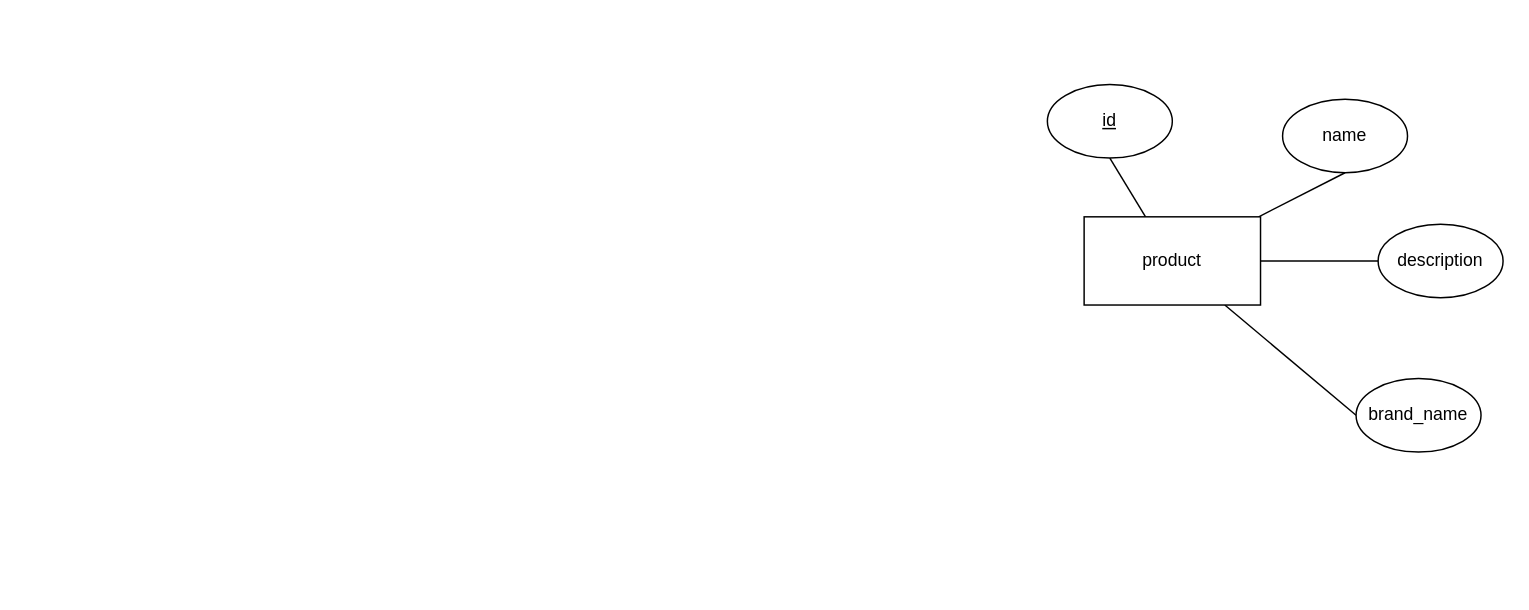
The draw.io diagram docs/er.drawio in semwett0301/db_homework, before the edit. Source tidied: cells renumbered, new cells numbered last; positions are measured from the earlier drawing's top-left corner, leaving out a move shared by most shapes. Both pictures are drawn from the tidied source at 147%, with x=0, y=0 at pixel (1047, 84).
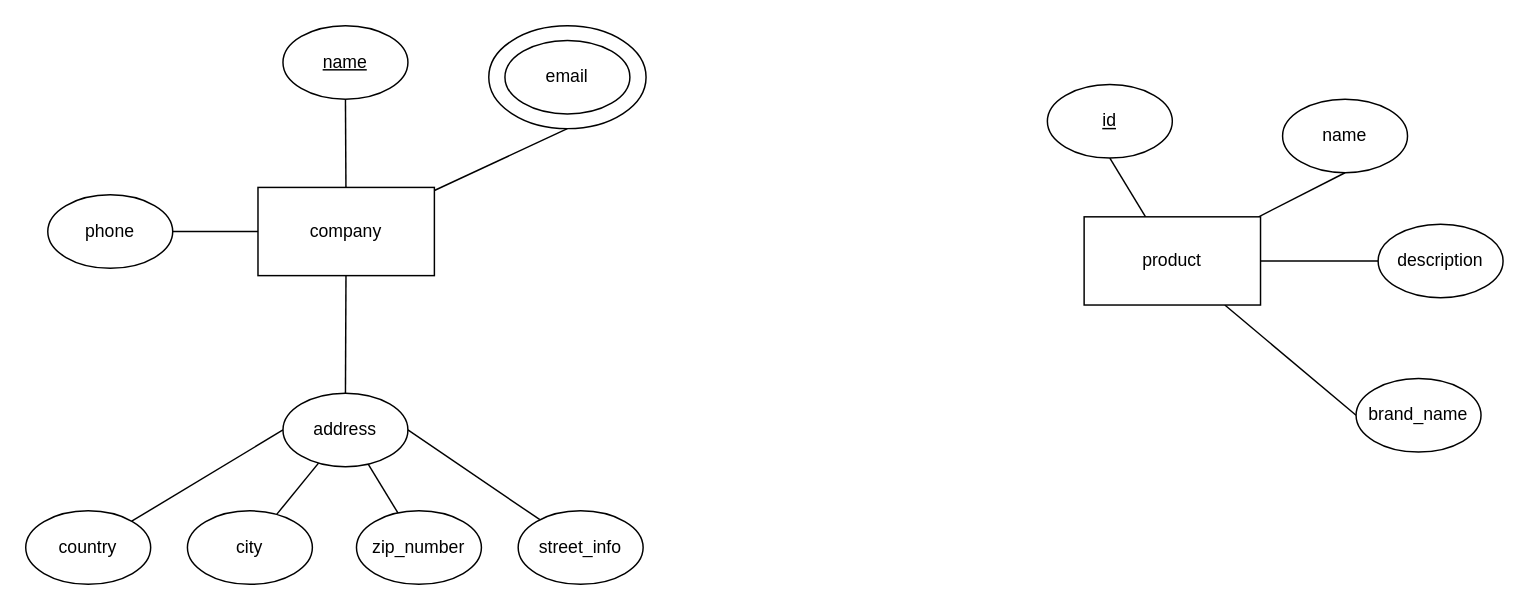
The same page after the edit.

Change to the diagram source:
```diff
@@
+    <mxCell id="11" style="rounded=0;jettySize=auto;html=1;endArrow=none;endFill=0;" parent="1" edge="1" source="15" target="16">
+      <mxGeometry relative="1" as="geometry" />
+    </mxCell>
+    <mxCell id="12" style="rounded=0;jettySize=auto;html=1;endArrow=none;endFill=0;" parent="1" edge="1" source="15" target="17">
+      <mxGeometry relative="1" as="geometry" />
+    </mxCell>
+    <mxCell id="13" style="rounded=0;jettySize=auto;html=1;entryX=1;entryY=0.5;entryDx=0;entryDy=0;endArrow=none;endFill=0;" parent="1" edge="1" source="15" target="26">
+      <mxGeometry relative="1" as="geometry" />
+    </mxCell>
+    <mxCell id="14" style="rounded=0;jettySize=auto;html=1;entryX=0.5;entryY=1;entryDx=0;entryDy=0;endArrow=none;endFill=0;" parent="1" edge="1" source="15" target="28">
+      <mxGeometry relative="1" as="geometry" />
+    </mxCell>
+    <mxCell id="15" value="company" style="rounded=0;whiteSpace=wrap;html=1;" parent="1" vertex="1">
+      <mxGeometry x="-537" y="70" width="120" height="60" as="geometry" />
+    </mxCell>
+    <mxCell id="16" value="name" style="ellipse;whiteSpace=wrap;html=1;fontStyle=4;" parent="1" vertex="1">
+      <mxGeometry x="-520" y="-40" width="85" height="50" as="geometry" />
+    </mxCell>
+    <mxCell id="17" value="address" style="ellipse;whiteSpace=wrap;html=1;" parent="1" vertex="1">
+      <mxGeometry x="-520" y="210" width="85" height="50" as="geometry" />
+    </mxCell>
+    <mxCell id="18" style="rounded=0;jettySize=auto;html=1;endArrow=none;endFill=0;" parent="1" edge="1" source="19" target="17">
+      <mxGeometry relative="1" as="geometry" />
+    </mxCell>
+    <mxCell id="19" value="city" style="ellipse;whiteSpace=wrap;html=1;" parent="1" vertex="1">
+      <mxGeometry x="-585" y="290" width="85" height="50" as="geometry" />
+    </mxCell>
+    <mxCell id="20" style="rounded=0;jettySize=auto;html=1;entryX=0.682;entryY=0.964;entryDx=0;entryDy=0;entryPerimeter=0;endArrow=none;endFill=0;" parent="1" edge="1" source="21" target="17">
+      <mxGeometry relative="1" as="geometry" />
+    </mxCell>
+    <mxCell id="21" value="zip_number" style="ellipse;whiteSpace=wrap;html=1;" parent="1" vertex="1">
+      <mxGeometry x="-470" y="290" width="85" height="50" as="geometry" />
+    </mxCell>
+    <mxCell id="22" style="rounded=0;jettySize=auto;html=1;endArrow=none;endFill=0;entryX=1;entryY=0.5;entryDx=0;entryDy=0;" parent="1" edge="1" source="23" target="17">
+      <mxGeometry relative="1" as="geometry" />
+    </mxCell>
+    <mxCell id="23" value="street_info" style="ellipse;whiteSpace=wrap;html=1;" parent="1" vertex="1">
+      <mxGeometry x="-360" y="290" width="85" height="50" as="geometry" />
+    </mxCell>
+    <mxCell id="24" style="rounded=0;jettySize=auto;html=1;entryX=0;entryY=0.5;entryDx=0;entryDy=0;endArrow=none;endFill=0;" parent="1" edge="1" source="25" target="17">
+      <mxGeometry relative="1" as="geometry" />
+    </mxCell>
+    <mxCell id="25" value="country" style="ellipse;whiteSpace=wrap;html=1;" parent="1" vertex="1">
+      <mxGeometry x="-695" y="290" width="85" height="50" as="geometry" />
+    </mxCell>
+    <mxCell id="26" value="phone" style="ellipse;whiteSpace=wrap;html=1;fontStyle=0;" parent="1" vertex="1">
+      <mxGeometry x="-680" y="75" width="85" height="50" as="geometry" />
+    </mxCell>
+    <mxCell id="27" style="group;" parent="1" vertex="1">
+      <mxGeometry x="-380" y="-40" width="107" height="70" as="geometry" />
+    </mxCell>
+    <mxCell id="28" style="ellipse;whiteSpace=wrap;html=1;fontStyle=0;" parent="27" vertex="1">
+      <mxGeometry width="107" height="70" as="geometry" />
+    </mxCell>
+    <mxCell id="29" value="email" style="ellipse;whiteSpace=wrap;html=1;fontStyle=0;" parent="27" vertex="1">
+      <mxGeometry x="11" y="10" width="85" height="50" as="geometry" />
+    </mxCell>
```
